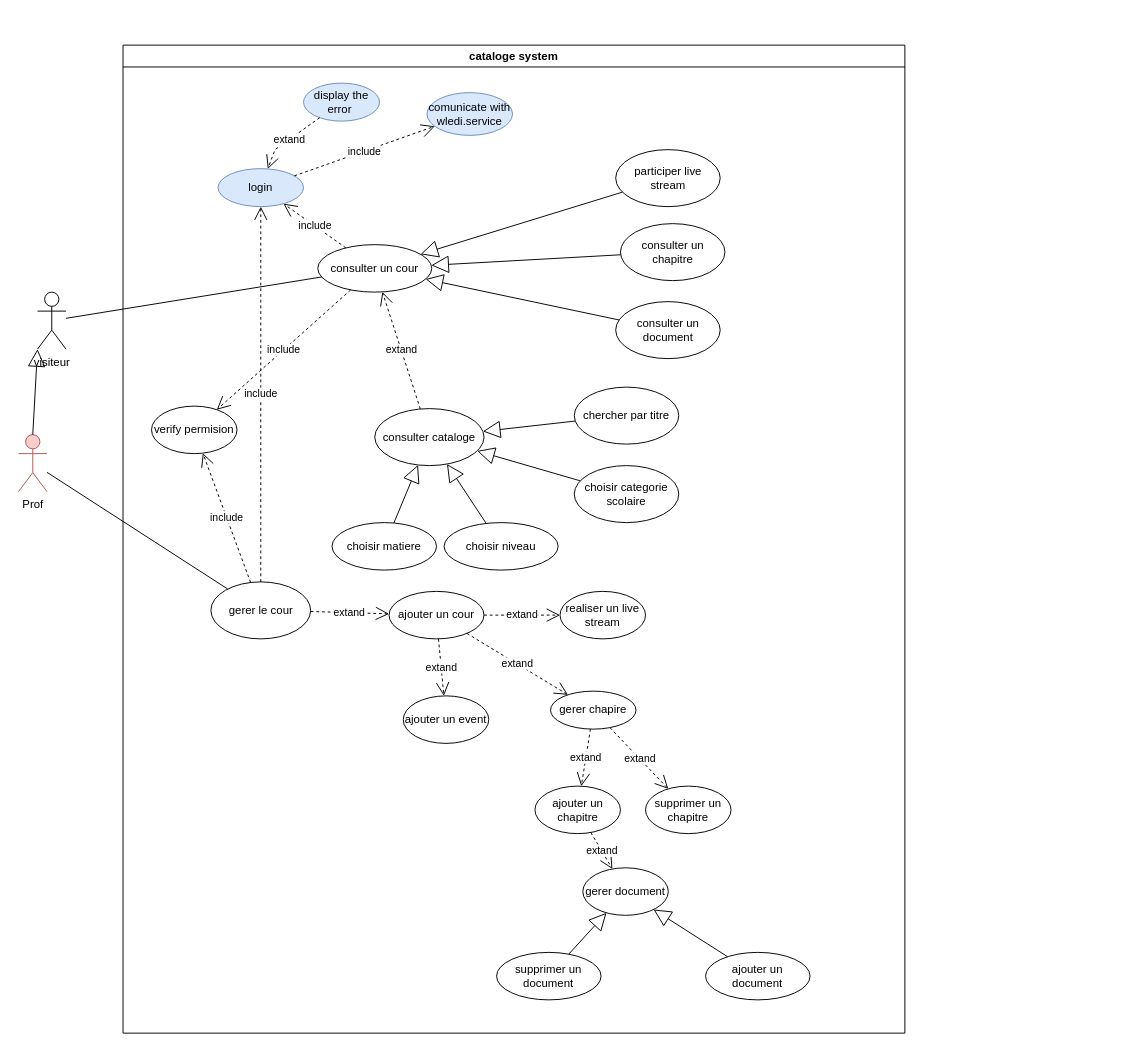
The draw.io diagram use_case_catalog.drawio in faresUnderScore999/test1.0, before the edit. Source tidied: cells renumbered, new cells numbered last; positions are measured from the earlier drawing's top-left corner, leaving out a move shared by most shapes. Both pictures are drawn from the tidied source at 95%, with x=0, y=0 at pixel (18, 45).
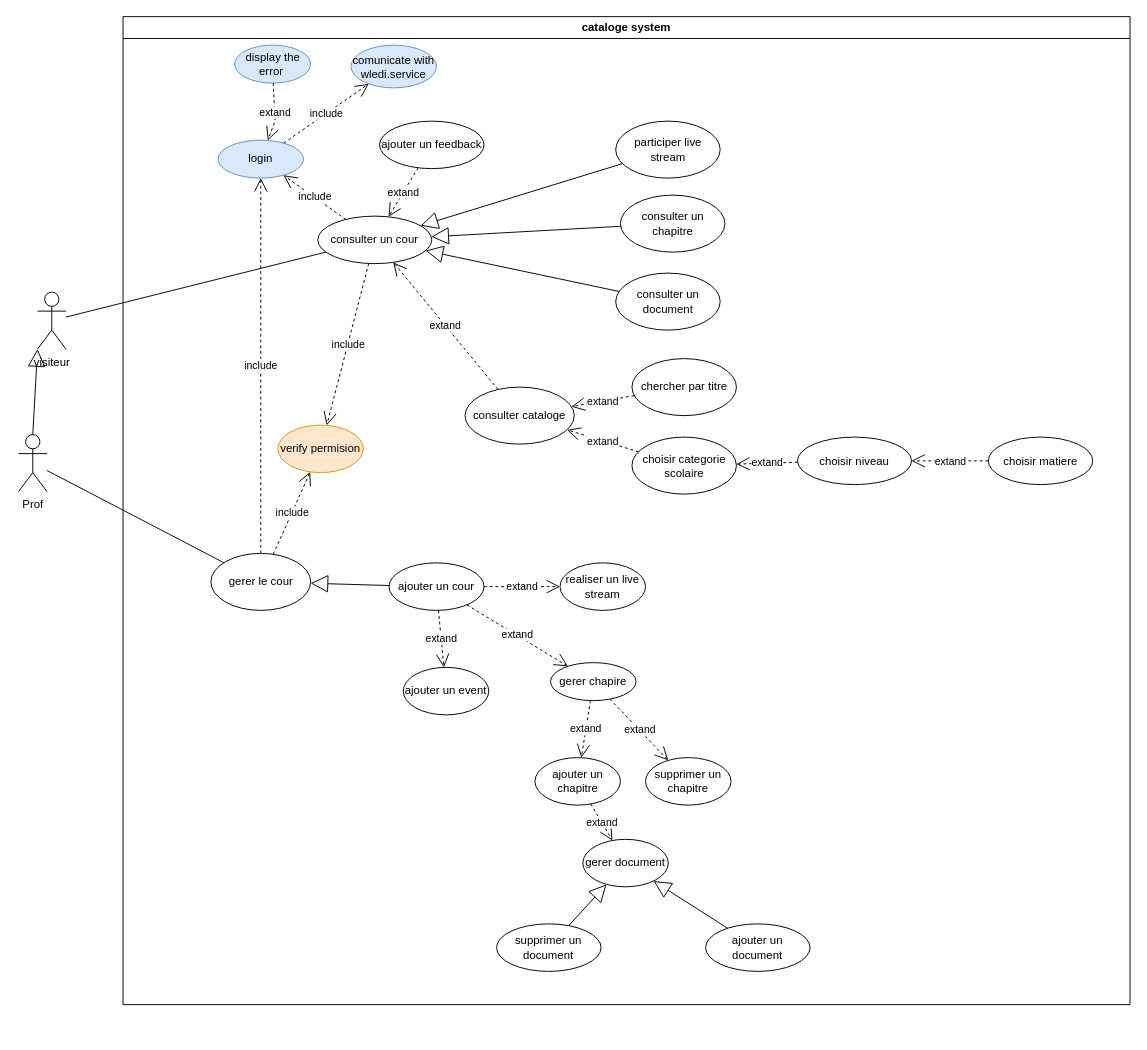
The same diagram, later.

Commit message (it also covers changes not shown here):
Mettre à jour use_case_catalog.drawio

The change refers to these unchanged cells:
```xml
<mxCell id="11" value="consulter un cour" style="ellipse;whiteSpace=wrap;html=1;" parent="3" vertex="1">
  <mxGeometry x="205" y="210" width="120" height="50" as="geometry" />
</mxCell>
<mxCell id="23" value="gerer le cour" style="ellipse;whiteSpace=wrap;html=1;" parent="3" vertex="1">
  <mxGeometry x="92.5" y="565" width="105" height="60" as="geometry" />
</mxCell>
<mxCell id="24" value="ajouter un cour" style="ellipse;whiteSpace=wrap;html=1;" parent="3" vertex="1">
  <mxGeometry x="280" y="575" width="100" height="50" as="geometry" />
</mxCell>
```

The edit, as a diff of the source:
```diff
@@
-    <mxCell id="2" value="Prof" style="shape=umlActor;verticalLabelPosition=bottom;verticalAlign=top;html=1;fillColor=#f8cecc;strokeColor=#b85450;" parent="1" vertex="1">
+    <mxCell id="2" value="Prof" style="shape=umlActor;verticalLabelPosition=bottom;verticalAlign=top;html=1;" parent="1" vertex="1">
       <mxGeometry y="410" width="30" height="60" as="geometry" />
     </mxCell>
     <mxCell id="3" value="cataloge system" style="swimlane;whiteSpace=wrap;html=1;" parent="1" vertex="1">
-      <mxGeometry x="110" width="823" height="1040" as="geometry" />
+      <mxGeometry x="110" y="-30" width="1060" height="1040" as="geometry" />
     </mxCell>
@@
     <mxCell id="5" value="comunicate with wledi.service" style="ellipse;whiteSpace=wrap;html=1;fillColor=#dae8fc;strokeColor=#6c8ebf;" parent="3" vertex="1">
-      <mxGeometry x="320" y="50" width="90" height="45" as="geometry" />
+      <mxGeometry x="240" y="30" width="90" height="45" as="geometry" />
     </mxCell>
@@
-    <mxCell id="7" value="verify permision" style="ellipse;whiteSpace=wrap;html=1;" parent="3" vertex="1">
-      <mxGeometry x="30" y="380" width="90" height="50" as="geometry" />
+    <mxCell id="7" value="verify permision" style="ellipse;whiteSpace=wrap;html=1;fillColor=#ffe6cc;strokeColor=#d79b00;" parent="3" vertex="1">
+      <mxGeometry x="163" y="430" width="90" height="50" as="geometry" />
     </mxCell>
@@
     <mxCell id="9" value="display the error&amp;nbsp;" style="ellipse;whiteSpace=wrap;html=1;fillColor=#dae8fc;strokeColor=#6c8ebf;" parent="3" vertex="1">
-      <mxGeometry x="190" y="40" width="80" height="40" as="geometry" />
+      <mxGeometry x="117.5" y="30" width="80" height="40" as="geometry" />
     </mxCell>
@@
     <mxCell id="13" value="consulter cataloge" style="ellipse;whiteSpace=wrap;html=1;" parent="3" vertex="1">
-      <mxGeometry x="265" y="382.6" width="115" height="60" as="geometry" />
+      <mxGeometry x="360" y="390" width="115" height="60" as="geometry" />
     </mxCell>
@@
     <mxCell id="15" value="chercher par titre" style="ellipse;whiteSpace=wrap;html=1;" parent="3" vertex="1">
-      <mxGeometry x="475" y="360" width="110" height="60" as="geometry" />
+      <mxGeometry x="535.7" y="360" width="110" height="60" as="geometry" />
     </mxCell>
-    <mxCell id="16" style="endArrow=block;endSize=16;endFill=0;html=1;rounded=0;" parent="3" edge="1" source="15" target="13">
-      <mxGeometry relative="1" as="geometry" />
-    </mxCell>
     <mxCell id="17" value="choisir categorie scolaire" style="ellipse;whiteSpace=wrap;html=1;" parent="3" vertex="1">
-      <mxGeometry x="475" y="442.6" width="110" height="60" as="geometry" />
+      <mxGeometry x="535.7" y="442.6" width="110" height="60" as="geometry" />
     </mxCell>
     <mxCell id="18" value="choisir niveau" style="ellipse;whiteSpace=wrap;html=1;" parent="3" vertex="1">
-      <mxGeometry x="338" y="502.6" width="120" height="50" as="geometry" />
+      <mxGeometry x="710" y="442.6" width="120" height="50" as="geometry" />
     </mxCell>
     <mxCell id="19" value="choisir matiere" style="ellipse;whiteSpace=wrap;html=1;" parent="3" vertex="1">
-      <mxGeometry x="220" y="502.6" width="110" height="50" as="geometry" />
+      <mxGeometry x="910.8" y="442.6" width="110" height="50" as="geometry" />
     </mxCell>
-    <mxCell id="20" style="endArrow=block;endSize=16;endFill=0;html=1;rounded=0;" parent="3" edge="1" source="18" target="13">
-      <mxGeometry relative="1" as="geometry" />
-    </mxCell>
-    <mxCell id="21" style="endArrow=block;endSize=16;endFill=0;html=1;rounded=0;" parent="3" edge="1" source="17" target="13">
-      <mxGeometry relative="1" as="geometry" />
-    </mxCell>
-    <mxCell id="22" style="endArrow=block;endSize=16;endFill=0;html=1;rounded=0;" parent="3" edge="1" source="19" target="13">
-      <mxGeometry relative="1" as="geometry" />
-    </mxCell>
@@
-    <mxCell id="27" value="extand" style="endArrow=open;endSize=12;dashed=1;html=1;rounded=0;" parent="3" edge="1" source="23" target="24">
-      <mxGeometry relative="1" as="geometry" />
-    </mxCell>
@@
+    <mxCell id="54" value="ajouter un feedback" style="ellipse;whiteSpace=wrap;html=1;" parent="3" vertex="1">
+      <mxGeometry x="270" y="110" width="110" height="50" as="geometry" />
+    </mxCell>
+    <mxCell id="55" value="extand" style="endArrow=open;endSize=12;dashed=1;html=1;rounded=0;" parent="3" edge="1" source="54" target="11">
+      <mxGeometry relative="1" as="geometry" />
+    </mxCell>
+    <mxCell id="21" value="extand" style="endArrow=open;endSize=12;dashed=1;html=1;rounded=0;" parent="3" edge="1" source="17" target="13">
+      <mxGeometry relative="1" as="geometry" />
+    </mxCell>
+    <mxCell id="16" value="extand" style="endArrow=open;endSize=12;dashed=1;html=1;rounded=0;" parent="3" edge="1" source="15" target="13">
+      <mxGeometry relative="1" as="geometry" />
+    </mxCell>
+    <mxCell id="56" value="extand" style="endArrow=open;endSize=12;dashed=1;html=1;rounded=0;" parent="3" edge="1" source="18" target="17">
+      <mxGeometry relative="1" as="geometry" />
+    </mxCell>
+    <mxCell id="57" value="extand" style="endArrow=open;endSize=12;dashed=1;html=1;rounded=0;" parent="3" edge="1" source="19" target="18">
+      <mxGeometry relative="1" as="geometry" />
+    </mxCell>
+    <mxCell id="58" style="endArrow=block;endSize=16;endFill=0;html=1;rounded=0;" parent="3" edge="1" source="24" target="23">
+      <mxGeometry relative="1" as="geometry" />
+    </mxCell>
```
